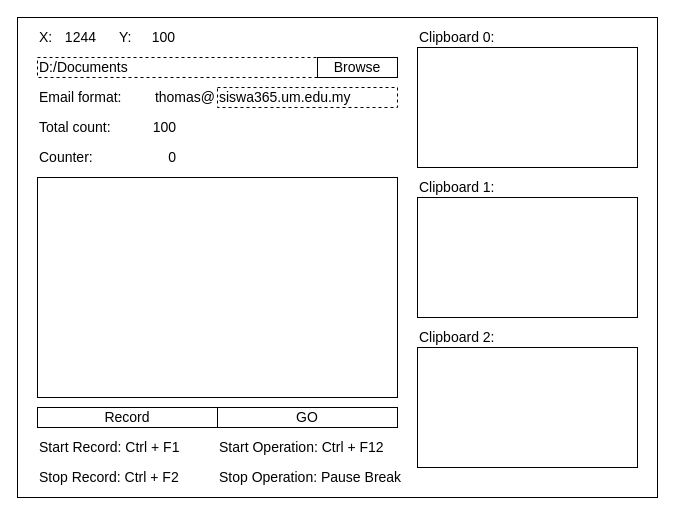
Before: UI Design.drawio in TINGWEIJING/auto-click-javafx, a draw.io diagram. Source tidied: cells renumbered, new cells numbered last; positions are measured from the earlier drawing's top-left corner, leaving out a move shared by most shapes. Both pictures are drawn from the tidied source at 100%, with x=0, y=0 at pixel (17, 17).
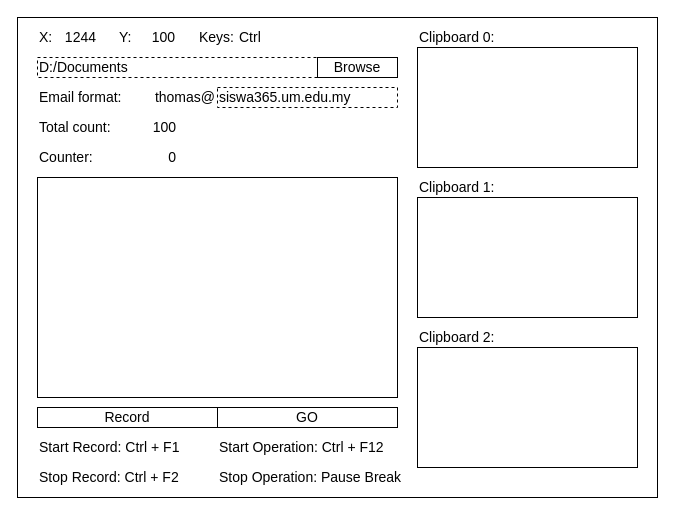
Above is the later version.

What changed in the source:
```diff
@@
+    <mxCell id="29" value="Keys:" style="text;html=1;strokeColor=none;fillColor=none;align=left;verticalAlign=middle;whiteSpace=wrap;rounded=0;fontSize=14;" parent="1" vertex="1">
+      <mxGeometry x="180" y="10" width="40" height="20" as="geometry" />
+    </mxCell>
+    <mxCell id="30" value="Ctrl" style="text;html=1;strokeColor=none;fillColor=none;align=left;verticalAlign=middle;whiteSpace=wrap;rounded=0;fontSize=14;" parent="1" vertex="1">
+      <mxGeometry x="220" y="10" width="160" height="20" as="geometry" />
+    </mxCell>
```
